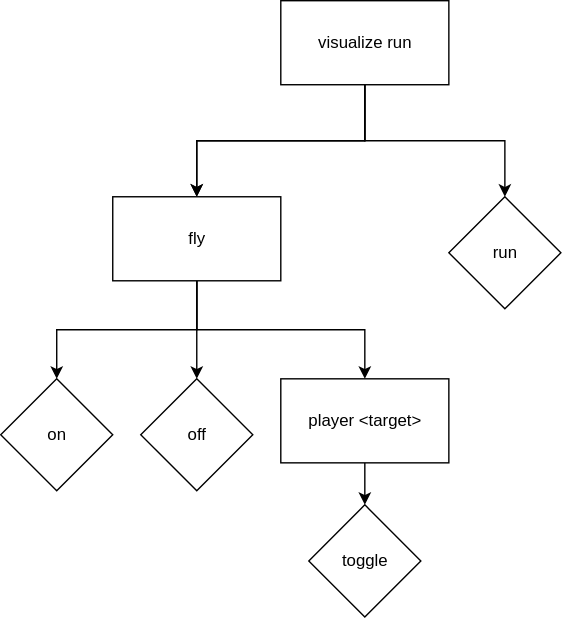
Strokkur424/StrokkCommands keeps this draw.io diagram as strokk-commands-processor/public/diagram.svg. Above is the earlier version. Source tidied: cells renumbered, new cells last; positions are measured from the earlier drawing's top-left corner, leaving out a move shared by most shapes.
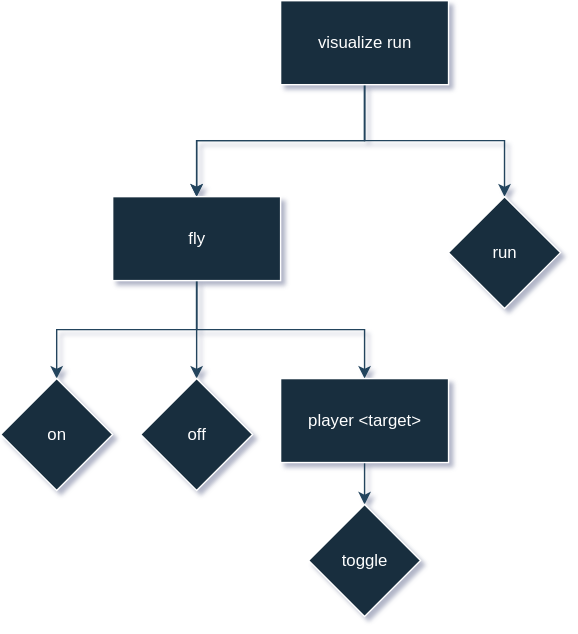
The same file after the commit.

The edit, as a diff of the source:
```diff
@@ -1,47 +1,47 @@
-<mxGraphModel>
+<mxGraphModel shadow="1">
   <root>
     <mxCell id="0" />
     <mxCell id="1" parent="0" />
-    <mxCell id="2" style="edgeStyle=orthogonalEdgeStyle;rounded=0;jettySize=auto;html=1;" parent="1" edge="1" source="5" target="9">
+    <mxCell id="2" style="edgeStyle=orthogonalEdgeStyle;rounded=0;jettySize=auto;html=1;labelBackgroundColor=none;strokeColor=#23445D;fontColor=default;" parent="1" edge="1" source="5" target="9">
       <mxGeometry relative="1" as="geometry" />
     </mxCell>
-    <mxCell id="3" style="edgeStyle=orthogonalEdgeStyle;rounded=0;jettySize=auto;html=1;" parent="1" edge="1" source="5" target="9">
+    <mxCell id="3" style="edgeStyle=orthogonalEdgeStyle;rounded=0;jettySize=auto;html=1;labelBackgroundColor=none;strokeColor=#23445D;fontColor=default;" parent="1" edge="1" source="5" target="9">
       <mxGeometry relative="1" as="geometry" />
     </mxCell>
-    <mxCell id="4" style="edgeStyle=orthogonalEdgeStyle;rounded=0;jettySize=auto;html=1;" parent="1" edge="1" source="5" target="10">
+    <mxCell id="4" style="edgeStyle=orthogonalEdgeStyle;rounded=0;jettySize=auto;html=1;labelBackgroundColor=none;strokeColor=#23445D;fontColor=default;" parent="1" edge="1" source="5" target="10">
       <mxGeometry relative="1" as="geometry" />
     </mxCell>
-    <mxCell id="5" value="visualize run" style="rounded=0;whiteSpace=wrap;html=1;" parent="1" vertex="1">
+    <mxCell id="5" value="visualize run" style="rounded=0;whiteSpace=wrap;html=1;labelBackgroundColor=none;fillColor=#182E3E;strokeColor=#FFFFFF;fontColor=#FFFFFF;" parent="1" vertex="1">
       <mxGeometry x="200" width="120" height="60" as="geometry" />
     </mxCell>
-    <mxCell id="6" style="edgeStyle=orthogonalEdgeStyle;rounded=0;jettySize=auto;html=1;" parent="1" edge="1" source="9" target="11">
+    <mxCell id="6" style="edgeStyle=orthogonalEdgeStyle;rounded=0;jettySize=auto;html=1;labelBackgroundColor=none;strokeColor=#23445D;fontColor=default;" parent="1" edge="1" source="9" target="11">
       <mxGeometry relative="1" as="geometry" />
     </mxCell>
-    <mxCell id="7" style="edgeStyle=orthogonalEdgeStyle;rounded=0;jettySize=auto;html=1;" parent="1" edge="1" source="9" target="12">
+    <mxCell id="7" style="edgeStyle=orthogonalEdgeStyle;rounded=0;jettySize=auto;html=1;labelBackgroundColor=none;strokeColor=#23445D;fontColor=default;" parent="1" edge="1" source="9" target="12">
       <mxGeometry relative="1" as="geometry" />
     </mxCell>
-    <mxCell id="8" style="edgeStyle=orthogonalEdgeStyle;rounded=0;jettySize=auto;html=1;" parent="1" edge="1" source="9" target="14">
+    <mxCell id="8" style="edgeStyle=orthogonalEdgeStyle;rounded=0;jettySize=auto;html=1;labelBackgroundColor=none;strokeColor=#23445D;fontColor=default;" parent="1" edge="1" source="9" target="14">
       <mxGeometry relative="1" as="geometry" />
     </mxCell>
-    <mxCell id="9" value="fly" style="rounded=0;whiteSpace=wrap;html=1;" parent="1" vertex="1">
+    <mxCell id="9" value="fly" style="rounded=0;whiteSpace=wrap;html=1;labelBackgroundColor=none;fillColor=#182E3E;strokeColor=#FFFFFF;fontColor=#FFFFFF;" parent="1" vertex="1">
       <mxGeometry x="80" y="140" width="120" height="60" as="geometry" />
     </mxCell>
-    <mxCell id="10" value="run" style="rhombus;whiteSpace=wrap;html=1;rounded=0;" parent="1" vertex="1">
+    <mxCell id="10" value="run" style="rhombus;whiteSpace=wrap;html=1;rounded=0;labelBackgroundColor=none;fillColor=#182E3E;strokeColor=#FFFFFF;fontColor=#FFFFFF;" parent="1" vertex="1">
       <mxGeometry x="320" y="140" width="80" height="80" as="geometry" />
     </mxCell>
-    <mxCell id="11" value="on" style="rhombus;whiteSpace=wrap;html=1;rounded=0;" parent="1" vertex="1">
+    <mxCell id="11" value="on" style="rhombus;whiteSpace=wrap;html=1;rounded=0;labelBackgroundColor=none;fillColor=#182E3E;strokeColor=#FFFFFF;fontColor=#FFFFFF;" parent="1" vertex="1">
       <mxGeometry y="270" width="80" height="80" as="geometry" />
     </mxCell>
-    <mxCell id="12" value="off" style="rhombus;whiteSpace=wrap;html=1;rounded=0;" parent="1" vertex="1">
+    <mxCell id="12" value="off" style="rhombus;whiteSpace=wrap;html=1;rounded=0;labelBackgroundColor=none;fillColor=#182E3E;strokeColor=#FFFFFF;fontColor=#FFFFFF;" parent="1" vertex="1">
       <mxGeometry x="100" y="270" width="80" height="80" as="geometry" />
     </mxCell>
-    <mxCell id="13" style="edgeStyle=orthogonalEdgeStyle;rounded=0;jettySize=auto;html=1;" parent="1" edge="1" source="14" target="15">
+    <mxCell id="13" style="edgeStyle=orthogonalEdgeStyle;rounded=0;jettySize=auto;html=1;labelBackgroundColor=none;strokeColor=#23445D;fontColor=default;" parent="1" edge="1" source="14" target="15">
       <mxGeometry relative="1" as="geometry" />
     </mxCell>
-    <mxCell id="14" value="player &amp;lt;target&amp;gt;" style="rounded=0;whiteSpace=wrap;html=1;" parent="1" vertex="1">
+    <mxCell id="14" value="player &amp;lt;target&amp;gt;" style="rounded=0;whiteSpace=wrap;html=1;labelBackgroundColor=none;fillColor=#182E3E;strokeColor=#FFFFFF;fontColor=#FFFFFF;" parent="1" vertex="1">
       <mxGeometry x="200" y="270" width="120" height="60" as="geometry" />
     </mxCell>
-    <mxCell id="15" value="toggle" style="rhombus;whiteSpace=wrap;html=1;rounded=0;" parent="1" vertex="1">
+    <mxCell id="15" value="toggle" style="rhombus;whiteSpace=wrap;html=1;rounded=0;labelBackgroundColor=none;fillColor=#182E3E;strokeColor=#FFFFFF;fontColor=#FFFFFF;" parent="1" vertex="1">
       <mxGeometry x="220" y="360" width="80" height="80" as="geometry" />
     </mxCell>
   </root>
```
